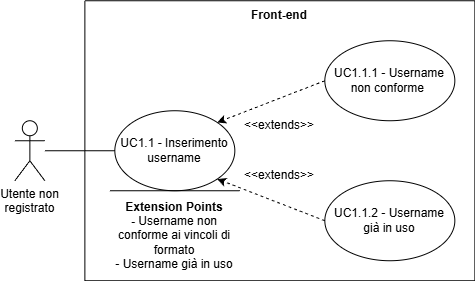
This is assets/diagrams/UC1_1.png from SkarabGroup/DocumentazioneProgetto, a draw.io export, as it was before one commit. Source tidied: cells renumbered, new cells last; positions are measured from the earlier drawing's top-left corner, leaving out a move shared by most shapes.
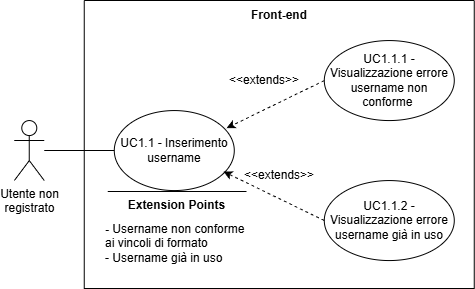
After the commit.

What changed in the source:
```diff
@@ -5,42 +5,45 @@
     <mxCell id="2" value="Utente non &lt;br&gt;registrato" style="shape=umlActor;verticalLabelPosition=bottom;verticalAlign=top;html=1;outlineConnect=0;" parent="1" vertex="1">
       <mxGeometry x="0.3" y="120.2" width="30" height="60" as="geometry" />
     </mxCell>
-    <mxCell id="3" style="swimlane;startSize=0;" parent="1" vertex="1">
-      <mxGeometry x="70.3" y="0.2" width="390" height="280" as="geometry" />
-    </mxCell>
+    <mxCell id="15" style="swimlane;startSize=0;" parent="1" vertex="1">
+      <mxGeometry x="70.3" y="0.2" width="390" height="287.9" as="geometry" />
+    </mxCell>
-    <mxCell id="4" value="Front-end" style="text;html=1;whiteSpace=wrap;strokeColor=none;fillColor=none;align=center;verticalAlign=middle;rounded=0;fontStyle=1;" parent="3" vertex="1">
+    <mxCell id="4" value="Front-end" style="text;html=1;whiteSpace=wrap;strokeColor=none;fillColor=none;align=center;verticalAlign=middle;rounded=0;fontStyle=1;" parent="15" vertex="1">
       <mxGeometry x="165" width="60" height="30" as="geometry" />
     </mxCell>
-    <mxCell id="5" value="UC1.1 - Inserimento username" style="ellipse;html=1;whiteSpace=wrap;" parent="3" vertex="1">
+    <mxCell id="5" value="UC1.1 - Inserimento username" style="ellipse;html=1;whiteSpace=wrap;" parent="15" vertex="1">
       <mxGeometry x="30" y="110" width="120" height="80" as="geometry" />
     </mxCell>
-    <mxCell id="6" value="UC1.1.1 - Username non conforme&amp;nbsp;" style="ellipse;whiteSpace=wrap;html=1;" parent="3" vertex="1">
-      <mxGeometry x="240" y="40" width="130" height="80" as="geometry" />
-    </mxCell>
-    <mxCell id="7" value="UC1.1.2 - Username già in uso" style="ellipse;whiteSpace=wrap;html=1;" parent="3" vertex="1">
-      <mxGeometry x="240" y="180" width="130" height="80" as="geometry" />
-    </mxCell>
-    <mxCell id="8" style="endArrow=classic;html=1;rounded=0;exitX=0;exitY=0.5;exitDx=0;exitDy=0;entryX=1;entryY=0;entryDx=0;entryDy=0;dashed=1;endFill=1;" parent="3" edge="1" source="6" target="5">
-      <mxGeometry relative="1" as="geometry" />
-    </mxCell>
-    <mxCell id="9" style="endArrow=classic;html=1;rounded=0;exitX=0;exitY=0.5;exitDx=0;exitDy=0;entryX=1;entryY=1;entryDx=0;entryDy=0;dashed=1;endFill=1;" parent="3" edge="1" source="7" target="5">
-      <mxGeometry relative="1" as="geometry" />
-    </mxCell>
-    <mxCell id="10" style="endArrow=none;html=1;rounded=0;" parent="3" edge="1">
-      <mxGeometry relative="1" as="geometry">
-        <mxPoint x="25" y="190" as="sourcePoint" />
-        <mxPoint x="155" y="190" as="targetPoint" />
-      </mxGeometry>
-    </mxCell>
-    <mxCell id="11" value="&lt;b&gt;Extension Points&lt;/b&gt;&lt;div&gt;&lt;b&gt;- &lt;/b&gt;Username non conforme ai vincoli di formato&lt;/div&gt;&lt;div&gt;- Username già in uso&lt;/div&gt;" style="text;html=1;whiteSpace=wrap;strokeColor=none;fillColor=none;align=center;verticalAlign=middle;rounded=0;" parent="3" vertex="1">
-      <mxGeometry x="20" y="190" width="140" height="90" as="geometry" />
-    </mxCell>
+    <mxCell id="16" value="UC1.1.1 - Visualizzazione errore username non conforme&amp;nbsp;" style="ellipse;whiteSpace=wrap;html=1;" parent="15" vertex="1">
+      <mxGeometry x="240" y="40" width="130" height="80" as="geometry" />
+    </mxCell>
+    <mxCell id="17" value="UC1.1.2 - Visualizzazione errore username già in uso" style="ellipse;whiteSpace=wrap;html=1;" parent="15" vertex="1">
+      <mxGeometry x="240" y="180" width="130" height="80" as="geometry" />
+    </mxCell>
+    <mxCell id="18" style="endArrow=classic;html=1;rounded=0;exitX=0;exitY=0.5;exitDx=0;exitDy=0;entryX=0.936;entryY=0.219;entryDx=0;entryDy=0;dashed=1;endFill=1;entryPerimeter=0;" parent="15" edge="1" source="16" target="5">
+      <mxGeometry relative="1" as="geometry" />
+    </mxCell>
+    <mxCell id="19" style="endArrow=classic;html=1;rounded=0;exitX=0;exitY=0.5;exitDx=0;exitDy=0;entryX=0.91;entryY=0.762;entryDx=0;entryDy=0;dashed=1;endFill=1;entryPerimeter=0;" parent="15" edge="1" source="17" target="5">
+      <mxGeometry relative="1" as="geometry" />
+    </mxCell>
-    <mxCell id="12" value="&amp;lt;&amp;lt;extends&amp;gt;&amp;gt;" style="text;html=1;whiteSpace=wrap;strokeColor=none;fillColor=none;align=center;verticalAlign=middle;rounded=0;" parent="3" vertex="1">
+    <mxCell id="12" value="&amp;lt;&amp;lt;extends&amp;gt;&amp;gt;" style="text;html=1;whiteSpace=wrap;strokeColor=none;fillColor=none;align=center;verticalAlign=middle;rounded=0;" parent="15" vertex="1">
       <mxGeometry x="165" y="160" width="60" height="30" as="geometry" />
     </mxCell>
-    <mxCell id="13" value="&amp;lt;&amp;lt;extends&amp;gt;&amp;gt;" style="text;html=1;whiteSpace=wrap;strokeColor=none;fillColor=none;align=center;verticalAlign=middle;rounded=0;" parent="3" vertex="1">
-      <mxGeometry x="165" y="110" width="60" height="30" as="geometry" />
+    <mxCell id="13" value="&amp;lt;&amp;lt;extends&amp;gt;&amp;gt;" style="text;html=1;whiteSpace=wrap;strokeColor=none;fillColor=none;align=center;verticalAlign=middle;rounded=0;" parent="15" vertex="1">
+      <mxGeometry x="150" y="65" width="60" height="30" as="geometry" />
     </mxCell>
+    <mxCell id="20" style="endArrow=none;html=1;rounded=0;" parent="15" edge="1">
+      <mxGeometry relative="1" as="geometry">
+        <mxPoint x="162.2" y="191" as="sourcePoint" />
+        <mxPoint x="23.5" y="191" as="targetPoint" />
+      </mxGeometry>
+    </mxCell>
+    <mxCell id="21" value="&lt;b&gt;Extension Points&lt;/b&gt;" style="text;html=1;whiteSpace=wrap;strokeColor=none;fillColor=none;align=center;verticalAlign=middle;rounded=0;strokeWidth=5;" parent="15" vertex="1">
+      <mxGeometry x="35.2" y="190" width="115" height="30" as="geometry" />
+    </mxCell>
+    <mxCell id="22" value="&lt;div align=&quot;left&quot;&gt;&lt;div&gt;&lt;b&gt;-&amp;nbsp;&lt;/b&gt;Username non conforme ai vincoli di formato&lt;/div&gt;&lt;div&gt;- Username già in uso&lt;/div&gt;&lt;/div&gt;" style="text;html=1;whiteSpace=wrap;strokeColor=none;fillColor=none;align=left;verticalAlign=middle;rounded=0;" parent="15" vertex="1">
+      <mxGeometry x="19.2" y="197.9" width="147" height="90" as="geometry" />
+    </mxCell>
     <mxCell id="14" style="endArrow=none;html=1;rounded=0;entryX=0;entryY=0.5;entryDx=0;entryDy=0;" parent="1" edge="1" source="2" target="5">
       <mxGeometry relative="1" as="geometry" />
     </mxCell>
```
